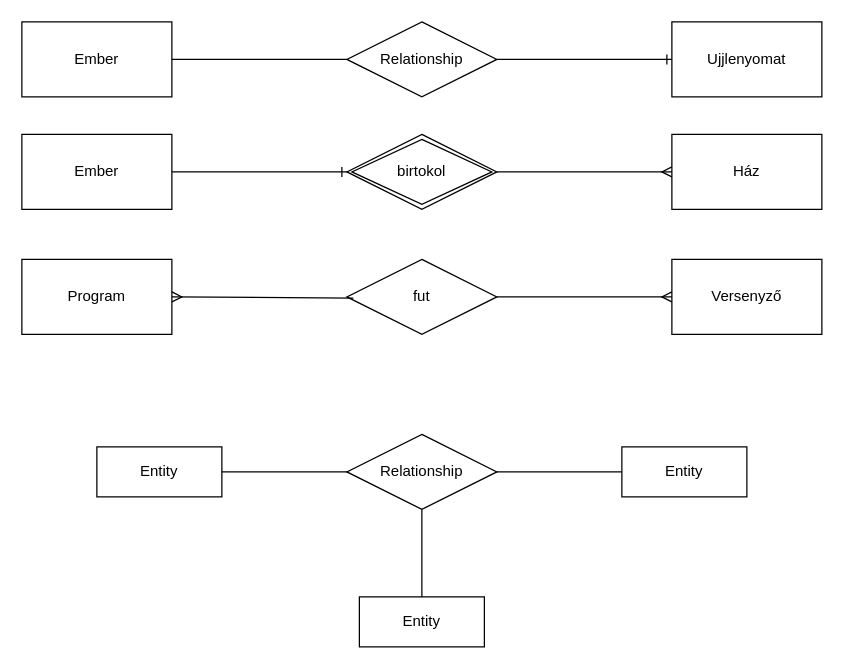
Earlier version of the draw.io diagram HEPMIU_0927/hepmiu_3.4.drawio (urbanoliver/HEPMIU_DB1Gyak). Source tidied: cells renumbered, new cells numbered last; positions are measured from the earlier drawing's top-left corner, leaving out a move shared by most shapes. Both pictures are drawn from the tidied source at 125%, with x=0, y=0 at pixel (21, 21).
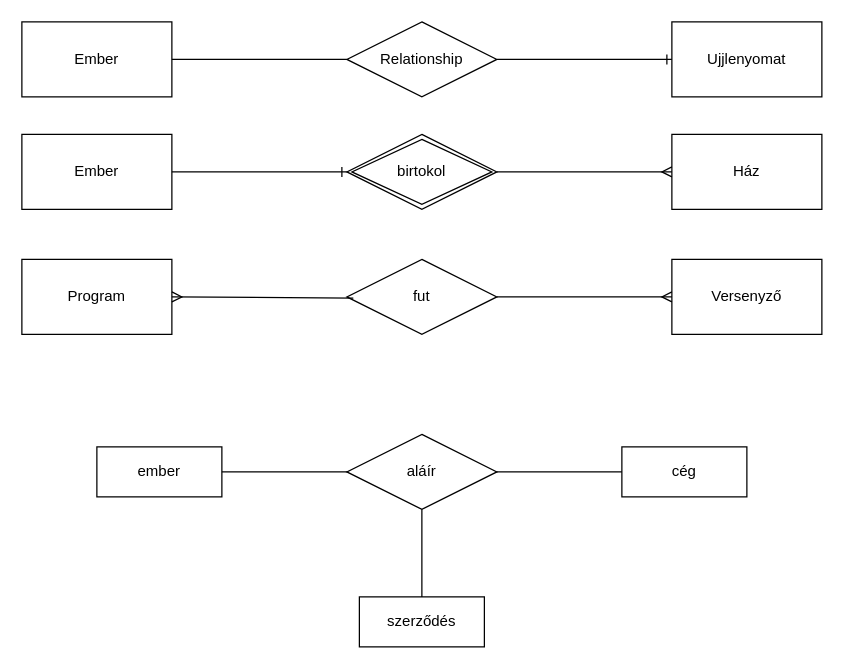
Above is the later version.

Diff of the diagram source:
```diff
@@
-    <mxCell id="17" value="Entity" style="whiteSpace=wrap;html=1;align=center;" parent="1" vertex="1">
+    <mxCell id="17" value="szerződés" style="whiteSpace=wrap;html=1;align=center;" parent="1" vertex="1">
       <mxGeometry x="270" y="460" width="100" height="40" as="geometry" />
     </mxCell>
-    <mxCell id="18" value="Entity" style="whiteSpace=wrap;html=1;align=center;" parent="1" vertex="1">
+    <mxCell id="18" value="cég" style="whiteSpace=wrap;html=1;align=center;" parent="1" vertex="1">
       <mxGeometry x="480" y="340" width="100" height="40" as="geometry" />
     </mxCell>
-    <mxCell id="19" value="Entity" style="whiteSpace=wrap;html=1;align=center;" parent="1" vertex="1">
+    <mxCell id="19" value="ember" style="whiteSpace=wrap;html=1;align=center;" parent="1" vertex="1">
       <mxGeometry x="60" y="340" width="100" height="40" as="geometry" />
     </mxCell>
@@
-    <mxCell id="23" value="Relationship" style="shape=rhombus;perimeter=rhombusPerimeter;whiteSpace=wrap;html=1;align=center;" parent="1" vertex="1">
+    <mxCell id="23" value="aláír" style="shape=rhombus;perimeter=rhombusPerimeter;whiteSpace=wrap;html=1;align=center;" parent="1" vertex="1">
       <mxGeometry x="260" y="330" width="120" height="60" as="geometry" />
     </mxCell>
```
